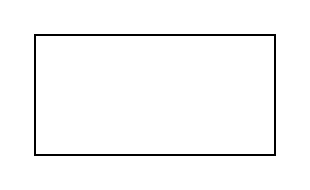
This is common/未命名绘图.drawio from huguanghui/umls, a draw.io file, before an edit. Source tidied: cells renumbered, new cells numbered last; positions are measured from the earlier drawing's top-left corner, leaving out a move shared by most shapes. Both pictures are drawn from the tidied source at 200%, with x=0, y=0 at pixel (34, 34).
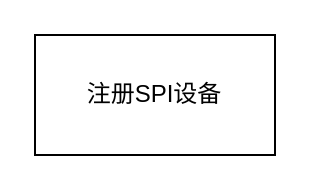
The same page after the edit.

Change to the diagram source:
```diff
@@
 <mxGraphModel>
   <root>
     <mxCell id="0" />
     <mxCell id="1" parent="0" />
-    <mxCell id="2" style="rounded=0;whiteSpace=wrap;html=1;" parent="1" vertex="1">
+    <mxCell id="2" value="注册SPI设备" style="rounded=0;whiteSpace=wrap;html=1;" parent="1" vertex="1">
       <mxGeometry width="120" height="60" as="geometry" />
     </mxCell>
   </root>
 </mxGraphModel>
```
